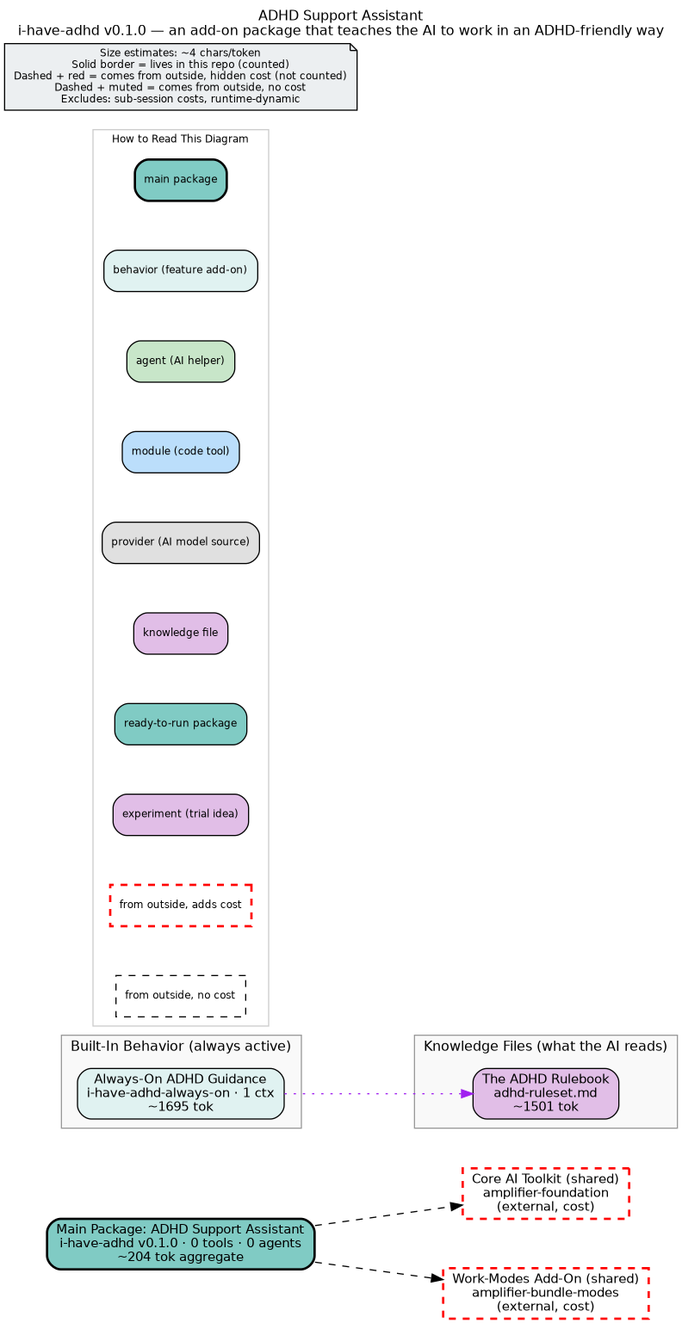
Earlier version of the Graphviz export bundle.png (bkrabach/amplifier-bundle-adhd). Its source is kept beside it as bundle.dot.
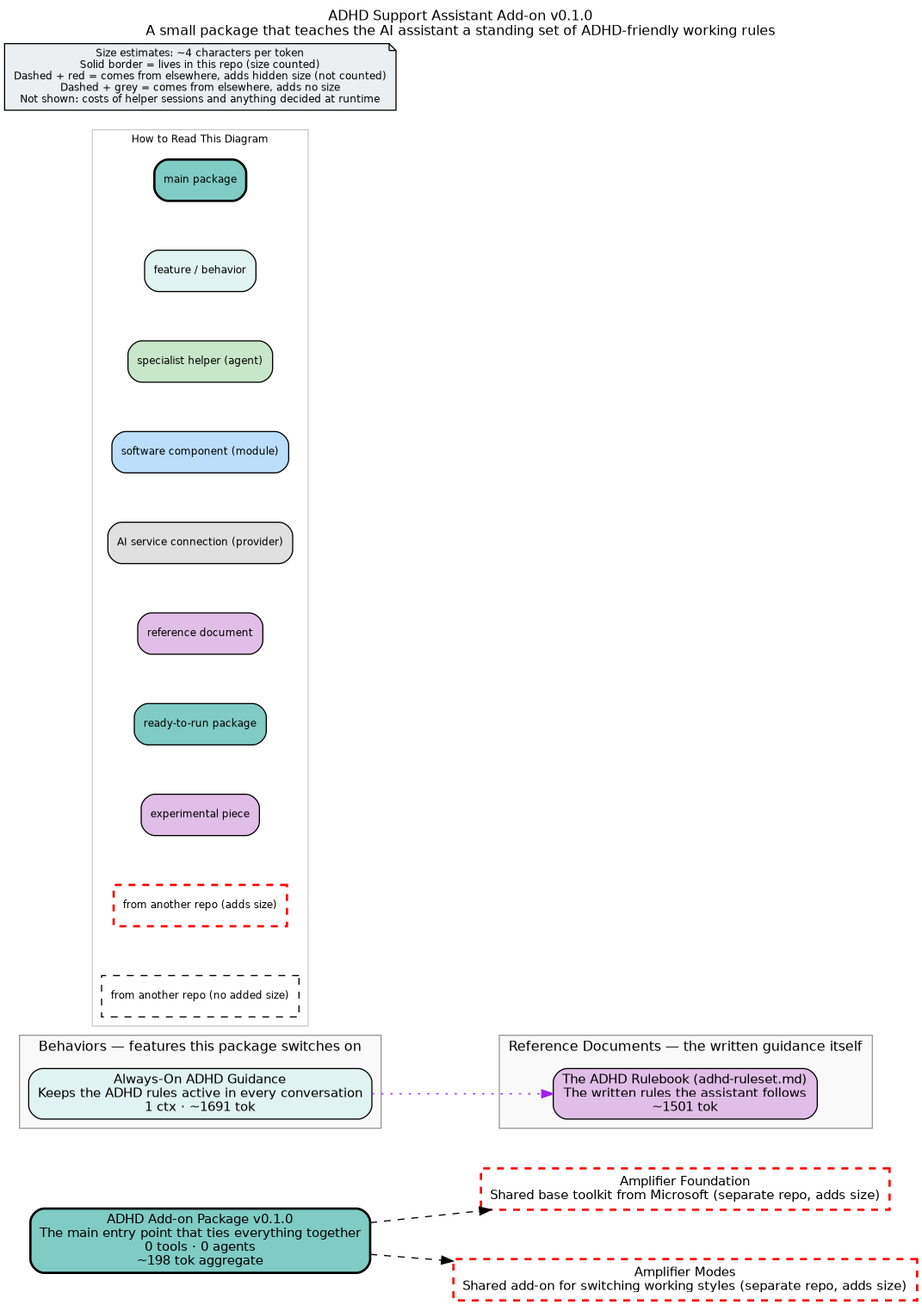
The same diagram one commit later.

Commit message:
docs: regenerate architecture diagram after namespace rename

bundle.dot and bundle.png regenerated by the validate-bundle-repo
recipe so the diagram reflects the new adhd namespace. Validation
verdict: PASS (0 errors, 0 warnings; both bundles classified "good").

🤖 Generated with [Amplifier](https://github.com/microsoft/amplifier)

The edit, as a diff of the source:
```diff
@@ -1,36 +1,36 @@
-digraph i_have_adhd {
+digraph adhd {
     rankdir=LR
     fontname="Helvetica"
     fontsize=12
-    label="ADHD Support Assistant\ni-have-adhd v0.1.0 — an add-on package that teaches the AI to work in an ADHD-friendly way"
+    label="ADHD Support Assistant Add-on v0.1.0\nA small package that teaches the AI assistant a standing set of ADHD-friendly working rules"
     labelloc=t
     labeljust=c
     nodesep=0.6
     ranksep=0.7
     bgcolor="white"
-    source_hash="69fb0122a5210dd2b1d3a8e8a3f2efea474e96c025e9b0ea3a99287293a59d67"
+    source_hash="e4a8ec936b45272465f34a427f775d2133c1311dd898be38edca6a47bec1c57e"
 
     node [fontname="Helvetica", fontsize=11, style="filled,rounded"]
     edge [fontname="Helvetica", fontsize=9]
 
-    root_i_have_adhd [label="Main Package: ADHD Support Assistant\ni-have-adhd v0.1.0 · 0 tools · 0 agents\n~204 tok aggregate", shape=box, fillcolor="#80cbc4", style="filled,rounded,bold", penwidth=2]
+    root_adhd [label="ADHD Add-on Package v0.1.0\nThe main entry point that ties everything together\n0 tools · 0 agents\n~198 tok aggregate", shape=box, fillcolor="#80cbc4", style="filled,rounded,bold", penwidth=2]
 
     subgraph cluster_behaviors {
-        label="Built-In Behavior (always active)"
+        label="Behaviors — features this package switches on"
         style="filled"
         fillcolor="#f9f9f9"
         color="#999999"
 
-        beh_i_have_adhd_always_on [label="Always-On ADHD Guidance\ni-have-adhd-always-on · 1 ctx\n~1695 tok", shape=box, fillcolor="#e0f2f1", style="filled,rounded"]
+        beh_adhd_always_on [label="Always-On ADHD Guidance\nKeeps the ADHD rules active in every conversation\n1 ctx · ~1691 tok", shape=box, fillcolor="#e0f2f1", style="filled,rounded"]
     }
 
     subgraph cluster_context {
-        label="Knowledge Files (what the AI reads)"
+        label="Reference Documents — the written guidance itself"
         style="filled"
         fillcolor="#f9f9f9"
         color="#999999"
 
-        ctx_adhd_ruleset_md [label="The ADHD Rulebook\nadhd-ruleset.md\n~1501 tok", shape=box, fillcolor="#e1bee7", style="filled,rounded"]
+        ctx_adhd_ruleset_md [label="The ADHD Rulebook (adhd-ruleset.md)\nThe written rules the assistant follows\n~1501 tok", shape=box, fillcolor="#e1bee7", style="filled,rounded"]
     }
 
     subgraph cluster_legend {
@@ -41,23 +41,23 @@
         fontsize=9
 
         leg_root [label="main package", shape=box, fillcolor="#80cbc4", style="filled,rounded,bold", fontsize=9]
-        leg_behavior [label="behavior (feature add-on)", shape=box, fillcolor="#e0f2f1", style="filled,rounded", fontsize=9]
-        leg_agent [label="agent (AI helper)", shape=box, fillcolor="#c8e6c9", style="filled,rounded", fontsize=9]
-        leg_module [label="module (code tool)", shape=box, fillcolor="#bbdefb", style="filled,rounded", fontsize=9]
-        leg_provider [label="provider (AI model source)", shape=box, fillcolor="#e0e0e0", style="filled,rounded", fontsize=9]
-        leg_context [label="knowledge file", shape=box, fillcolor="#e1bee7", style="filled,rounded", fontsize=9]
+        leg_behavior [label="feature / behavior", shape=box, fillcolor="#e0f2f1", style="filled,rounded", fontsize=9]
+        leg_agent [label="specialist helper (agent)", shape=box, fillcolor="#c8e6c9", style="filled,rounded", fontsize=9]
+        leg_module [label="software component (module)", shape=box, fillcolor="#bbdefb", style="filled,rounded", fontsize=9]
+        leg_provider [label="AI service connection (provider)", shape=box, fillcolor="#e0e0e0", style="filled,rounded", fontsize=9]
+        leg_context [label="reference document", shape=box, fillcolor="#e1bee7", style="filled,rounded", fontsize=9]
         leg_standalone [label="ready-to-run package", shape=box, fillcolor="#80cbc4", style="filled,rounded", fontsize=9]
-        leg_experiment [label="experiment (trial idea)", shape=box, fillcolor="#e1bee7", style="filled,rounded", fontsize=9]
-        leg_ext_cost [label="from outside, adds cost", shape=box, fillcolor="#80cbc4", style="dashed", color="red", penwidth=2, fontsize=9]
-        leg_ext_muted [label="from outside, no cost", shape=box, fillcolor="#f5f5f5", style="dashed", fontsize=9]
+        leg_experiment [label="experimental piece", shape=box, fillcolor="#e1bee7", style="filled,rounded", fontsize=9]
+        leg_ext_cost [label="from another repo (adds size)", shape=box, fillcolor="#80cbc4", style="dashed", color="red", penwidth=2, fontsize=9]
+        leg_ext_muted [label="from another repo (no added size)", shape=box, fillcolor="#f5f5f5", style="dashed", fontsize=9]
     }
 
-    disclaimer [label="Size estimates: ~4 chars/token\nSolid border = lives in this repo (counted)\nDashed + red = comes from outside, hidden cost (not counted)\nDashed + muted = comes from outside, no cost\nExcludes: sub-session costs, runtime-dynamic", shape=note, fillcolor="#eceff1", style="filled", fontsize=9]
+    disclaimer [label="Size estimates: ~4 characters per token\nSolid border = lives in this repo (size counted)\nDashed + red = comes from elsewhere, adds hidden size (not counted)\nDashed + grey = comes from elsewhere, adds no size\nNot shown: costs of helper sessions and anything decided at runtime", shape=note, fillcolor="#eceff1", style="filled", fontsize=9]
 
-    ext_githttps___github_com_microsoft_amplifier_foundation_main [label="Core AI Toolkit (shared)\namplifier-foundation\n(external, cost)", shape=box, fillcolor="#80cbc4", style="dashed", color="red", penwidth=2]
-    ext_githttps___github_com_microsoft_amplifier_bundle_modes_main [label="Work-Modes Add-On (shared)\namplifier-bundle-modes\n(external, cost)", shape=box, fillcolor="#80cbc4", style="dashed", color="red", penwidth=2]
+    ext_githttps___github_com_microsoft_amplifier_foundation_main [label="Amplifier Foundation\nShared base toolkit from Microsoft (separate repo, adds size)", shape=box, fillcolor="#80cbc4", style="dashed", color="red", penwidth=2]
+    ext_githttps___github_com_microsoft_amplifier_bundle_modes_main [label="Amplifier Modes\nShared add-on for switching working styles (separate repo, adds size)", shape=box, fillcolor="#80cbc4", style="dashed", color="red", penwidth=2]
 
-    root_i_have_adhd -> ext_githttps___github_com_microsoft_amplifier_foundation_main [style=dashed]
-    root_i_have_adhd -> ext_githttps___github_com_microsoft_amplifier_bundle_modes_main [style=dashed]
-    beh_i_have_adhd_always_on -> ctx_adhd_ruleset_md [style=dotted, color=purple]
+    root_adhd -> ext_githttps___github_com_microsoft_amplifier_foundation_main [style=dashed]
+    root_adhd -> ext_githttps___github_com_microsoft_amplifier_bundle_modes_main [style=dashed]
+    beh_adhd_always_on -> ctx_adhd_ruleset_md [style=dotted, color=purple]
 }
```
